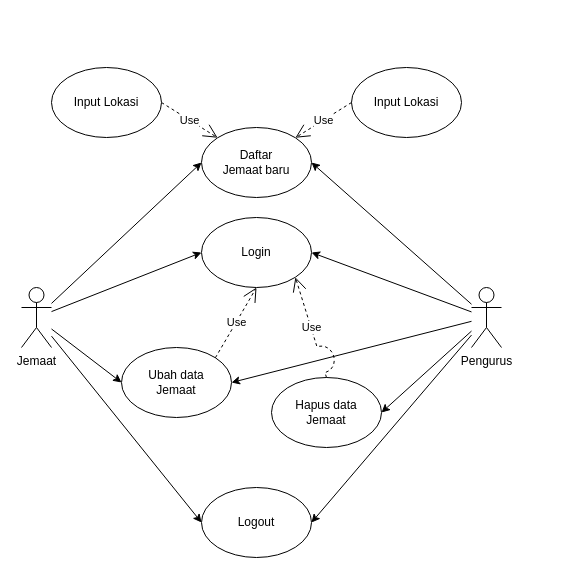
Earlier version of the draw.io diagram page "Page-1" (1 of 3) of UseCaseDiagram.drawio (Raymond-15/requirements). Source tidied: cells renumbered, new cells numbered last; positions are measured from the earlier drawing's top-left corner, leaving out a move shared by most shapes. Both pictures are drawn from the tidied source at 100%, with x=0, y=0 at pixel (21, 67).
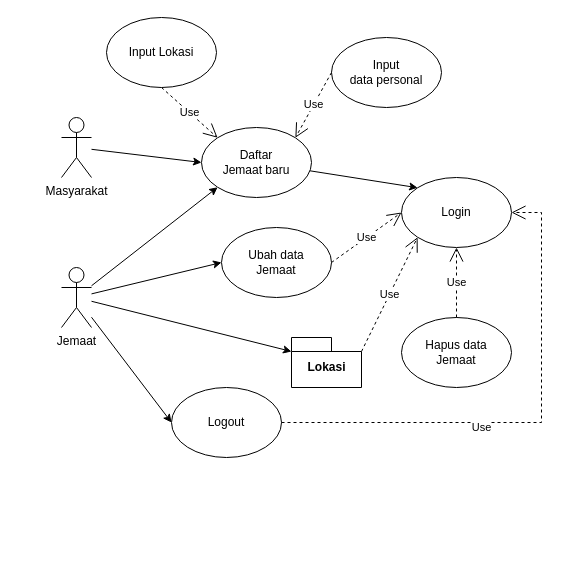
Above is the later version.

The change refers to these unchanged cells:
```xml
<mxCell id="7" value="Daftar &lt;br&gt;Jemaat baru" style="ellipse;whiteSpace=wrap;html=1;" parent="1" vertex="1">
  <mxGeometry x="180" y="60" width="110" height="70" as="geometry" />
</mxCell>
```

What changed in the source:
```diff
@@
-    <mxCell id="2" style="rounded=0;jettySize=auto;html=1;entryX=0;entryY=0.5;entryDx=0;entryDy=0;" parent="1" edge="1" source="6" target="9">
-      <mxGeometry relative="1" as="geometry" />
-    </mxCell>
-    <mxCell id="3" style="edgeStyle=none;rounded=0;jettySize=auto;html=1;entryX=0;entryY=0.5;entryDx=0;entryDy=0;" parent="1" edge="1" source="6" target="7">
+    <mxCell id="3" style="edgeStyle=none;rounded=0;jettySize=auto;html=1;entryX=0;entryY=1;entryDx=0;entryDy=0;" parent="1" edge="1" source="6" target="7">
       <mxGeometry relative="1" as="geometry" />
     </mxCell>
@@
+    <mxCell id="24" style="edgeStyle=none;rounded=0;jumpStyle=arc;jumpSize=27;jettySize=auto;html=1;entryX=0;entryY=0;entryDx=0;entryDy=14;entryPerimeter=0;" parent="1" edge="1" source="6" target="26">
+      <mxGeometry relative="1" as="geometry" />
+    </mxCell>
     <mxCell id="6" value="Jemaat" style="shape=umlActor;verticalLabelPosition=bottom;verticalAlign=top;html=1;outlineConnect=0;" parent="1" vertex="1">
-      <mxGeometry y="220" width="30" height="60" as="geometry" />
+      <mxGeometry x="40" y="200" width="30" height="60" as="geometry" />
     </mxCell>
+    <mxCell id="25" style="edgeStyle=none;rounded=0;jumpStyle=arc;jumpSize=27;jettySize=auto;html=1;entryX=0;entryY=0;entryDx=0;entryDy=0;" parent="1" edge="1" source="7" target="9">
+      <mxGeometry relative="1" as="geometry" />
+    </mxCell>
@@
     <mxCell id="8" value="Ubah data&lt;br&gt;Jemaat" style="ellipse;whiteSpace=wrap;html=1;" parent="1" vertex="1">
-      <mxGeometry x="100" y="280" width="110" height="70" as="geometry" />
+      <mxGeometry x="200" y="160" width="110" height="70" as="geometry" />
     </mxCell>
     <mxCell id="9" value="Login" style="ellipse;whiteSpace=wrap;html=1;" parent="1" vertex="1">
-      <mxGeometry x="180" y="150" width="110" height="70" as="geometry" />
+      <mxGeometry x="380" y="110" width="110" height="70" as="geometry" />
     </mxCell>
     <mxCell id="10" value="Hapus data&lt;br&gt;Jemaat" style="ellipse;whiteSpace=wrap;html=1;" parent="1" vertex="1">
-      <mxGeometry x="250" y="310" width="110" height="70" as="geometry" />
+      <mxGeometry x="380" y="250" width="110" height="70" as="geometry" />
     </mxCell>
     <mxCell id="11" value="Logout" style="ellipse;whiteSpace=wrap;html=1;" parent="1" vertex="1">
-      <mxGeometry x="180" y="420" width="110" height="70" as="geometry" />
+      <mxGeometry x="150" y="320" width="110" height="70" as="geometry" />
     </mxCell>
-    <mxCell id="12" style="edgeStyle=none;rounded=0;jettySize=auto;html=1;entryX=1;entryY=0.5;entryDx=0;entryDy=0;" parent="1" edge="1" source="17" target="9">
-      <mxGeometry relative="1" as="geometry" />
-    </mxCell>
-    <mxCell id="13" style="edgeStyle=none;rounded=0;jettySize=auto;html=1;entryX=1;entryY=0.5;entryDx=0;entryDy=0;" parent="1" edge="1" source="17" target="7">
-      <mxGeometry relative="1" as="geometry" />
-    </mxCell>
-    <mxCell id="14" style="edgeStyle=none;rounded=0;jettySize=auto;html=1;entryX=1;entryY=0.5;entryDx=0;entryDy=0;" parent="1" edge="1" source="17" target="8">
-      <mxGeometry relative="1" as="geometry" />
-    </mxCell>
-    <mxCell id="15" style="edgeStyle=none;rounded=0;jettySize=auto;html=1;entryX=1;entryY=0.5;entryDx=0;entryDy=0;" parent="1" edge="1" source="17" target="10">
-      <mxGeometry relative="1" as="geometry" />
-    </mxCell>
-    <mxCell id="16" style="edgeStyle=none;rounded=0;jettySize=auto;html=1;entryX=1;entryY=0.5;entryDx=0;entryDy=0;" parent="1" edge="1" source="17" target="11">
-      <mxGeometry relative="1" as="geometry" />
-    </mxCell>
-    <mxCell id="17" value="Pengurus" style="shape=umlActor;verticalLabelPosition=bottom;verticalAlign=top;html=1;outlineConnect=0;" parent="1" vertex="1">
-      <mxGeometry x="450" y="220" width="30" height="60" as="geometry" />
-    </mxCell>
-    <mxCell id="18" value="Use" style="endArrow=open;endSize=12;dashed=1;html=1;rounded=0;exitX=1;exitY=0.5;exitDx=0;exitDy=0;entryX=0;entryY=0;entryDx=0;entryDy=0;jumpStyle=arc;jumpSize=27;" parent="1" edge="1" source="19" target="7">
+    <mxCell id="18" value="Use" style="endArrow=open;endSize=12;dashed=1;html=1;rounded=0;exitX=0.5;exitY=1;exitDx=0;exitDy=0;entryX=0;entryY=0;entryDx=0;entryDy=0;jumpStyle=arc;jumpSize=27;" parent="1" edge="1" source="19" target="7">
       <mxGeometry relative="1" as="geometry" />
     </mxCell>
     <mxCell id="19" value="Input Lokasi" style="ellipse;whiteSpace=wrap;html=1;" parent="1" vertex="1">
-      <mxGeometry x="30" width="110" height="70" as="geometry" />
+      <mxGeometry x="85" y="-50" width="110" height="70" as="geometry" />
     </mxCell>
-    <mxCell id="20" value="Use" style="endArrow=open;endSize=12;dashed=1;html=1;rounded=0;jumpStyle=arc;jumpSize=27;exitX=1;exitY=0;exitDx=0;exitDy=0;entryX=0.5;entryY=1;entryDx=0;entryDy=0;" parent="1" edge="1" source="8" target="9">
+    <mxCell id="20" value="Use" style="endArrow=open;endSize=12;dashed=1;html=1;rounded=0;jumpStyle=arc;jumpSize=27;exitX=1;exitY=0.5;exitDx=0;exitDy=0;entryX=0;entryY=0.5;entryDx=0;entryDy=0;" parent="1" edge="1" source="8" target="9">
       <mxGeometry relative="1" as="geometry" />
     </mxCell>
-    <mxCell id="21" value="Use" style="endArrow=open;endSize=12;dashed=1;html=1;rounded=0;jumpStyle=arc;jumpSize=27;exitX=0.5;exitY=0;exitDx=0;exitDy=0;entryX=1;entryY=1;entryDx=0;entryDy=0;" parent="1" edge="1" source="10" target="9">
+    <mxCell id="21" value="Use" style="endArrow=open;endSize=12;dashed=1;html=1;rounded=0;jumpStyle=arc;jumpSize=27;exitX=0.5;exitY=0;exitDx=0;exitDy=0;entryX=0.5;entryY=1;entryDx=0;entryDy=0;" parent="1" edge="1" source="10" target="9">
       <mxGeometry relative="1" as="geometry" />
     </mxCell>
-    <mxCell id="22" value="Input Lokasi" style="ellipse;whiteSpace=wrap;html=1;" parent="1" vertex="1">
-      <mxGeometry x="330" width="110" height="70" as="geometry" />
+    <mxCell id="22" value="Input &lt;br&gt;data personal" style="ellipse;whiteSpace=wrap;html=1;" parent="1" vertex="1">
+      <mxGeometry x="310" y="-30" width="110" height="70" as="geometry" />
     </mxCell>
@@
+    <mxCell id="26" value="Lokasi" style="shape=folder;fontStyle=1;spacingTop=10;tabWidth=40;tabHeight=14;tabPosition=left;html=1;" parent="1" vertex="1">
+      <mxGeometry x="270" y="270" width="70" height="50" as="geometry" />
+    </mxCell>
+    <mxCell id="27" value="Use" style="endArrow=open;endSize=12;dashed=1;html=1;rounded=0;jumpStyle=arc;jumpSize=27;exitX=0;exitY=0;exitDx=70;exitDy=14;entryX=0;entryY=1;entryDx=0;entryDy=0;exitPerimeter=0;" parent="1" edge="1" source="26" target="9">
+      <mxGeometry relative="1" as="geometry" />
+    </mxCell>
+    <mxCell id="28" style="edgeStyle=none;rounded=0;jumpStyle=arc;jumpSize=27;jettySize=auto;html=1;entryX=0;entryY=0.5;entryDx=0;entryDy=0;" parent="1" edge="1" source="29" target="7">
+      <mxGeometry relative="1" as="geometry" />
+    </mxCell>
+    <mxCell id="29" value="Masyarakat" style="shape=umlActor;verticalLabelPosition=bottom;verticalAlign=top;html=1;outlineConnect=0;" parent="1" vertex="1">
+      <mxGeometry x="40" y="50" width="30" height="60" as="geometry" />
+    </mxCell>
+    <mxCell id="30" value="Use" style="endArrow=open;endSize=12;dashed=1;html=1;rounded=0;jumpStyle=arc;jumpSize=27;exitX=1;exitY=0.5;exitDx=0;exitDy=0;entryX=1;entryY=0.5;entryDx=0;entryDy=0;edgeStyle=elbowEdgeStyle;" parent="1" edge="1" source="11" target="9">
+      <mxGeometry x="-0.2" y="-5" relative="1" as="geometry">
+        <Array as="points">
+          <mxPoint x="520" y="270" />
+        </Array>
+      </mxGeometry>
+    </mxCell>
```
